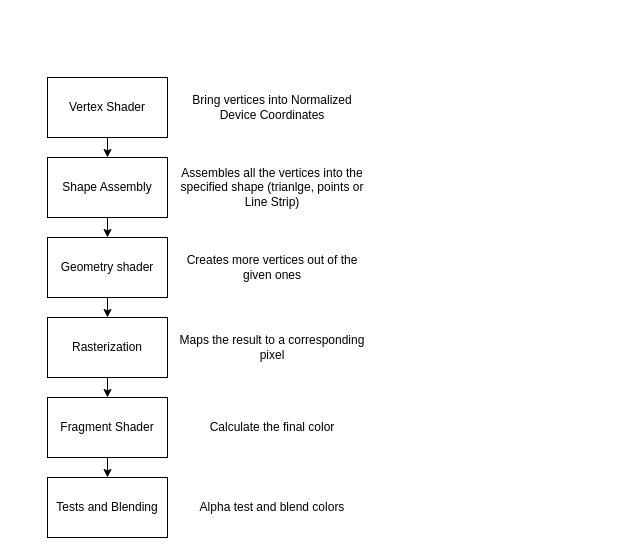
vasilisalmpanis/Voxel_Terrain_Renderer keeps this draw.io diagram as flow_charts/graphis_pipeline.drawio. Above is the earlier version. Source tidied: cells renumbered, new cells numbered last; positions are measured from the earlier drawing's top-left corner, leaving out a move shared by most shapes. Both pictures are drawn from the tidied source at 100%, with x=0, y=0 at pixel (47, 77).
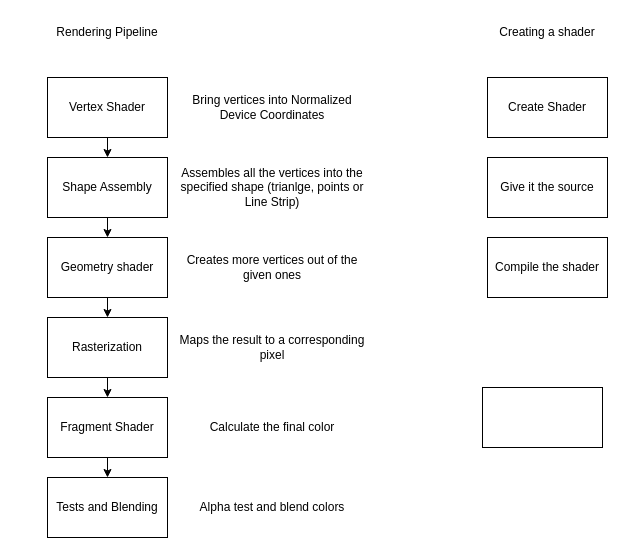
Above is the later version.

What changed in the source:
```diff
@@
+    <mxCell id="19" value="Rendering Pipeline" style="text;html=1;strokeColor=none;fillColor=none;align=center;verticalAlign=middle;whiteSpace=wrap;rounded=0;" parent="1" vertex="1">
+      <mxGeometry x="-30" y="-60" width="180" height="30" as="geometry" />
+    </mxCell>
+    <mxCell id="20" value="Creating a shader" style="text;html=1;strokeColor=none;fillColor=none;align=center;verticalAlign=middle;whiteSpace=wrap;rounded=0;" parent="1" vertex="1">
+      <mxGeometry x="435" y="-60" width="130" height="30" as="geometry" />
+    </mxCell>
+    <mxCell id="21" value="Create Shader" style="rounded=0;whiteSpace=wrap;html=1;" parent="1" vertex="1">
+      <mxGeometry x="440" width="120" height="60" as="geometry" />
+    </mxCell>
+    <mxCell id="22" value="Give it the source" style="rounded=0;whiteSpace=wrap;html=1;" parent="1" vertex="1">
+      <mxGeometry x="440" y="80" width="120" height="60" as="geometry" />
+    </mxCell>
+    <mxCell id="23" value="Compile the shader" style="rounded=0;whiteSpace=wrap;html=1;" parent="1" vertex="1">
+      <mxGeometry x="440" y="160" width="120" height="60" as="geometry" />
+    </mxCell>
+    <mxCell id="24" style="rounded=0;whiteSpace=wrap;html=1;" parent="1" vertex="1">
+      <mxGeometry x="435" y="310" width="120" height="60" as="geometry" />
+    </mxCell>
```
